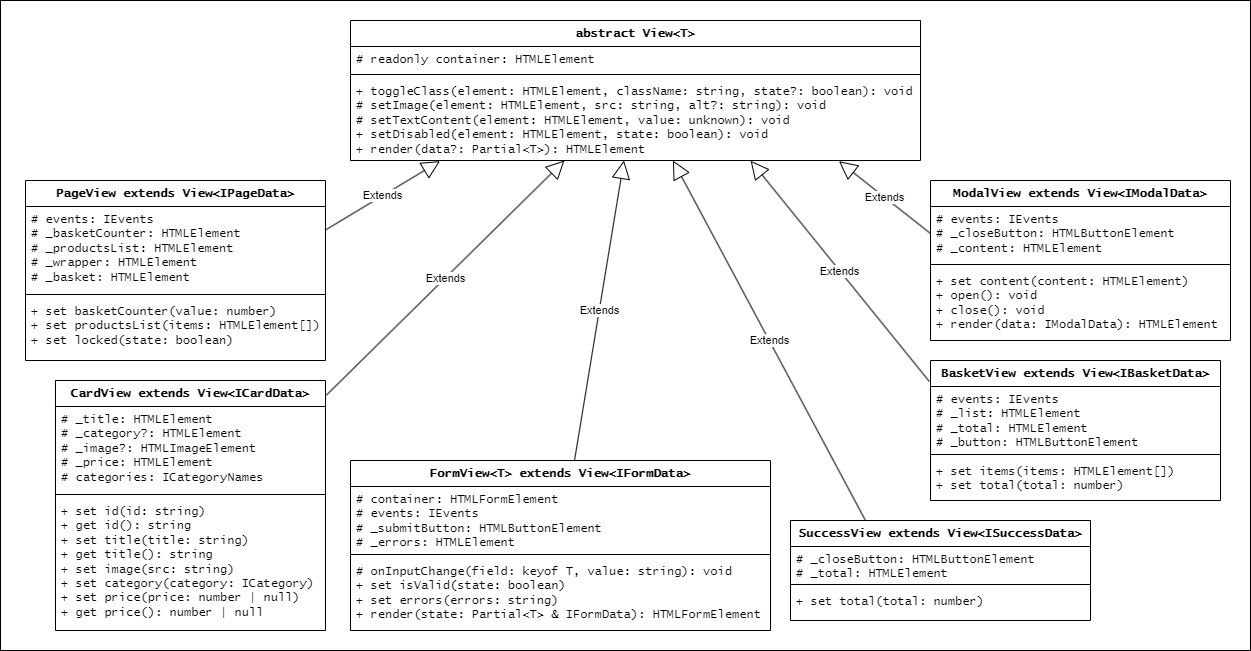
Above: documentation/View/ViewClasses.png in anna-kobis/web-larek (draw.io), before the change. Source tidied: cells renumbered, new cells last; positions are measured from the earlier drawing's top-left corner, leaving out a move shared by most shapes.
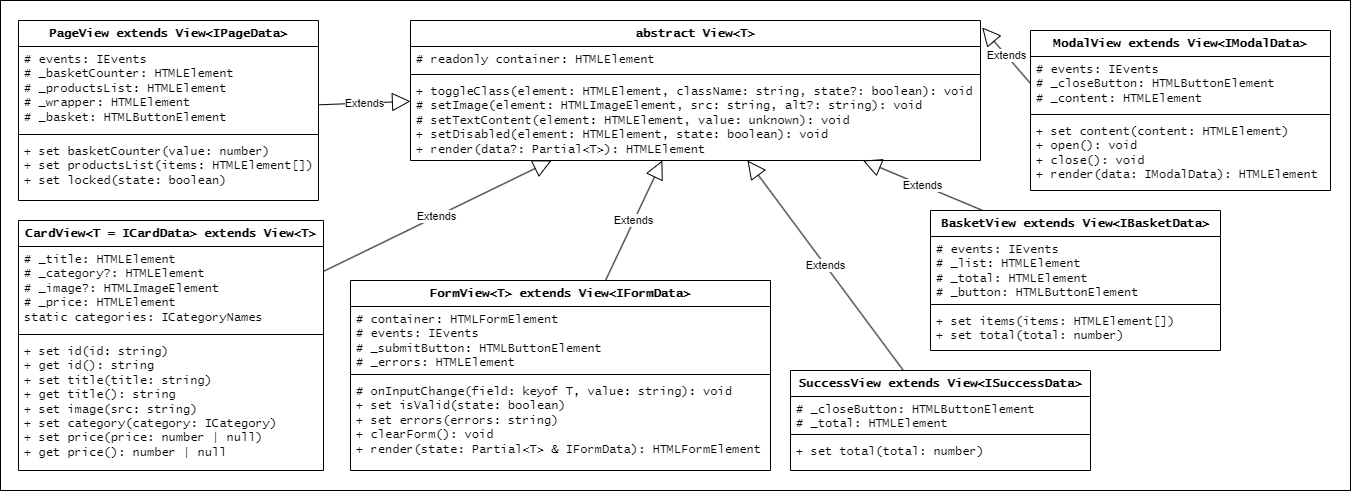
After the change.

Change to the diagram source:
```diff
@@ -3,7 +3,7 @@
     <mxCell id="0" />
     <mxCell id="1" parent="0" />
     <mxCell id="2" style="rounded=0;whiteSpace=wrap;html=1;" parent="1" vertex="1">
-      <mxGeometry width="1250" height="650" as="geometry" />
+      <mxGeometry x="-60" width="1350" height="490" as="geometry" />
     </mxCell>
     <mxCell id="3" value="abstract&amp;nbsp;View&amp;lt;T&amp;gt;" style="swimlane;fontStyle=1;align=center;verticalAlign=top;horizontal=1;startSize=26;whiteSpace=wrap;html=1;fontFamily=Lucida Console;" parent="1" vertex="1">
       <mxGeometry x="350" y="20" width="570" height="140" as="geometry" />
@@ -14,11 +14,11 @@
     <mxCell id="5" style="line;strokeWidth=1;fillColor=none;align=left;verticalAlign=middle;spacingTop=-1;spacingLeft=3;spacingRight=3;labelPosition=right;strokeColor=inherit;fontFamily=Lucida Console;" parent="3" vertex="1">
       <mxGeometry y="50" width="570" height="8" as="geometry" />
     </mxCell>
-    <mxCell id="6" value="&lt;div&gt;+ toggleClass(element: HTMLElement, className: string, state?: boolean): void&lt;/div&gt;&lt;div&gt;&lt;span style=&quot;white-space: normal;&quot;&gt;# setImage(element: HTMLElement, src: string, alt?: string): void&lt;/span&gt;&lt;/div&gt;&lt;div&gt;&lt;span style=&quot;white-space: normal;&quot;&gt;# setTextContent(element: HTMLElement, value: unknown): void&lt;/span&gt;&lt;/div&gt;&lt;div&gt;&lt;span style=&quot;white-space: normal;&quot;&gt;+ setDisabled(element: HTMLElement, state: boolean): void&lt;/span&gt;&lt;/div&gt;&lt;div&gt;&lt;span style=&quot;white-space: normal;&quot;&gt;+ render(data?: Partial&amp;lt;T&amp;gt;): HTMLElement&lt;/span&gt;&lt;/div&gt;" style="text;strokeColor=none;fillColor=none;align=left;verticalAlign=top;spacingLeft=4;spacingRight=4;overflow=hidden;points=[[0,0.5],[1,0.5]];portConstraint=eastwest;whiteSpace=wrap;html=1;fontFamily=Lucida Console;fontStyle=0;" parent="3" vertex="1">
+    <mxCell id="6" value="&lt;div&gt;+ toggleClass(element: HTMLElement, className: string, state?: boolean): void&lt;/div&gt;&lt;div&gt;# setImage(element: HTMLImageElement, src: string, alt?: string): void&lt;/div&gt;&lt;div&gt;&lt;span style=&quot;white-space: normal;&quot;&gt;# setTextContent(element: HTMLElement, value: unknown): void&lt;/span&gt;&lt;/div&gt;&lt;div&gt;&lt;span style=&quot;white-space: normal;&quot;&gt;+ setDisabled(element: HTMLElement, state: boolean): void&lt;/span&gt;&lt;/div&gt;&lt;div&gt;&lt;span style=&quot;white-space: normal;&quot;&gt;+ render(data?: Partial&amp;lt;T&amp;gt;): HTMLElement&lt;/span&gt;&lt;/div&gt;" style="text;strokeColor=none;fillColor=none;align=left;verticalAlign=top;spacingLeft=4;spacingRight=4;overflow=hidden;points=[[0,0.5],[1,0.5]];portConstraint=eastwest;whiteSpace=wrap;html=1;fontFamily=Lucida Console;fontStyle=0;" parent="3" vertex="1">
       <mxGeometry y="58" width="570" height="82" as="geometry" />
     </mxCell>
     <mxCell id="7" value="BasketView extends View&amp;lt;IBasketData&amp;gt;" style="swimlane;fontStyle=1;align=center;verticalAlign=top;horizontal=1;startSize=26;whiteSpace=wrap;html=1;fontFamily=Lucida Console;" parent="1" vertex="1">
-      <mxGeometry x="930" y="360" width="290" height="140" as="geometry" />
+      <mxGeometry x="870" y="210" width="290" height="140" as="geometry" />
     </mxCell>
     <mxCell id="8" value="&lt;div&gt;# events: IEvents&lt;br&gt;&lt;/div&gt;&lt;div&gt;# _list: HTMLElement&lt;/div&gt;&lt;div&gt;&lt;span style=&quot;white-space: normal;&quot;&gt;# _total: HTMLElement&lt;/span&gt;&lt;/div&gt;&lt;div&gt;&lt;span style=&quot;white-space: normal;&quot;&gt;# _button: HTMLButtonElement&lt;/span&gt;&lt;/div&gt;" style="text;strokeColor=none;fillColor=none;align=left;verticalAlign=top;spacingLeft=4;spacingRight=4;overflow=hidden;whiteSpace=wrap;html=1;fontFamily=Lucida Console;" parent="7" vertex="1">
       <mxGeometry y="26" width="290" height="64" as="geometry" />
@@ -29,26 +29,26 @@
     <mxCell id="10" value="&lt;div&gt;+ set items(items: HTMLElement[])&lt;/div&gt;&lt;div&gt;&lt;span style=&quot;white-space: normal;&quot;&gt;+ set total(total: number)&lt;/span&gt;&lt;/div&gt;" style="text;strokeColor=none;fillColor=none;align=left;verticalAlign=top;spacingLeft=4;spacingRight=4;overflow=hidden;whiteSpace=wrap;html=1;fontFamily=Lucida Console;fontStyle=0;" parent="7" vertex="1">
       <mxGeometry y="98" width="290" height="42" as="geometry" />
     </mxCell>
-    <mxCell id="11" value="Extends" style="endArrow=block;endSize=16;endFill=0;html=1;rounded=0;exitX=-0.004;exitY=0.15;exitDx=0;exitDy=0;exitPerimeter=0;entryX=0.702;entryY=1.003;entryDx=0;entryDy=0;entryPerimeter=0;" parent="1" edge="1" source="7" target="6">
+    <mxCell id="11" value="Extends" style="endArrow=block;endSize=16;endFill=0;html=1;rounded=0;exitX=0.179;exitY=-0.001;exitDx=0;exitDy=0;exitPerimeter=0;" parent="1" edge="1" source="7" target="3">
       <mxGeometry relative="1" as="geometry" />
     </mxCell>
-    <mxCell id="12" value="CardView extends View&amp;lt;ICardData&amp;gt;" style="swimlane;fontStyle=1;align=center;verticalAlign=top;horizontal=1;startSize=26;whiteSpace=wrap;html=1;fontFamily=Lucida Console;" parent="1" vertex="1">
-      <mxGeometry x="55" y="380" width="270" height="250" as="geometry" />
+    <mxCell id="12" value="CardView&amp;lt;T = ICardData&amp;gt; extends View&amp;lt;T&amp;gt;" style="swimlane;fontStyle=1;align=center;verticalAlign=top;horizontal=1;startSize=26;whiteSpace=wrap;html=1;fontFamily=Lucida Console;" parent="1" vertex="1">
+      <mxGeometry x="-42" y="220" width="305" height="250" as="geometry" />
     </mxCell>
-    <mxCell id="13" value="&lt;div&gt;&lt;span style=&quot;background-color: initial;&quot;&gt;# _title: HTMLElement&lt;/span&gt;&lt;br&gt;&lt;/div&gt;&lt;div&gt;&lt;span style=&quot;white-space: normal;&quot;&gt;# _category?: HTMLElement&lt;/span&gt;&lt;/div&gt;&lt;div&gt;&lt;span style=&quot;white-space: normal;&quot;&gt;# _image?: HTMLImageElement&lt;/span&gt;&lt;/div&gt;&lt;div&gt;&lt;span style=&quot;white-space: normal;&quot;&gt;# _price: HTMLElement&lt;/span&gt;&lt;/div&gt;&lt;div&gt;# categories: ICategoryNames&lt;span style=&quot;white-space: normal;&quot;&gt;&lt;br&gt;&lt;/span&gt;&lt;/div&gt;" style="text;strokeColor=none;fillColor=none;align=left;verticalAlign=top;spacingLeft=4;spacingRight=4;overflow=hidden;whiteSpace=wrap;html=1;fontFamily=Lucida Console;" parent="12" vertex="1">
-      <mxGeometry y="26" width="270" height="84" as="geometry" />
+    <mxCell id="13" value="&lt;div&gt;&lt;span style=&quot;background-color: initial;&quot;&gt;# _title: HTMLElement&lt;/span&gt;&lt;br&gt;&lt;/div&gt;&lt;div&gt;&lt;span style=&quot;white-space: normal;&quot;&gt;# _category?: HTMLElement&lt;/span&gt;&lt;/div&gt;&lt;div&gt;&lt;span style=&quot;white-space: normal;&quot;&gt;# _image?: HTMLImageElement&lt;/span&gt;&lt;/div&gt;&lt;div&gt;&lt;span style=&quot;white-space: normal;&quot;&gt;# _price: HTMLElement&lt;/span&gt;&lt;/div&gt;&lt;div&gt;static categories: ICategoryNames&lt;span style=&quot;white-space: normal;&quot;&gt;&lt;br&gt;&lt;/span&gt;&lt;/div&gt;" style="text;strokeColor=none;fillColor=none;align=left;verticalAlign=top;spacingLeft=4;spacingRight=4;overflow=hidden;whiteSpace=wrap;html=1;fontFamily=Lucida Console;" parent="12" vertex="1">
+      <mxGeometry y="26" width="305" height="84" as="geometry" />
     </mxCell>
     <mxCell id="14" style="line;strokeWidth=1;fillColor=none;align=left;verticalAlign=middle;spacingTop=-1;spacingLeft=3;spacingRight=3;labelPosition=right;strokeColor=inherit;fontFamily=Lucida Console;" parent="12" vertex="1">
-      <mxGeometry y="110" width="270" height="8" as="geometry" />
+      <mxGeometry y="110" width="305" height="8" as="geometry" />
     </mxCell>
     <mxCell id="15" value="&lt;div&gt;+ set id(id: string)&lt;/div&gt;&lt;div&gt;&lt;span style=&quot;white-space: normal;&quot;&gt;+ get id(): string&lt;/span&gt;&lt;/div&gt;&lt;div&gt;&lt;span style=&quot;white-space: normal;&quot;&gt;+ set title(title: string)&lt;/span&gt;&lt;/div&gt;&lt;div&gt;&lt;span style=&quot;white-space: normal;&quot;&gt;+ get title(): string&lt;/span&gt;&lt;/div&gt;&lt;div&gt;&lt;span style=&quot;white-space: normal;&quot;&gt;+ set image(src: string)&lt;/span&gt;&lt;/div&gt;&lt;div&gt;&lt;span style=&quot;white-space: normal;&quot;&gt;+ set category(category: ICategory)&lt;/span&gt;&lt;/div&gt;&lt;div&gt;&lt;span style=&quot;white-space: normal;&quot;&gt;+ set price(price: number | null)&lt;/span&gt;&lt;/div&gt;&lt;div&gt;&lt;span style=&quot;white-space: normal;&quot;&gt;+ get price(): number | null&lt;/span&gt;&lt;/div&gt;" style="text;strokeColor=none;fillColor=none;align=left;verticalAlign=top;spacingLeft=4;spacingRight=4;overflow=hidden;whiteSpace=wrap;html=1;fontFamily=Lucida Console;fontStyle=0;" parent="12" vertex="1">
-      <mxGeometry y="118" width="270" height="132" as="geometry" />
+      <mxGeometry y="118" width="305" height="132" as="geometry" />
     </mxCell>
-    <mxCell id="16" value="Extends" style="endArrow=block;endSize=16;endFill=0;html=1;rounded=0;exitX=1.003;exitY=0.059;exitDx=0;exitDy=0;exitPerimeter=0;" parent="1" edge="1" source="12" target="3">
+    <mxCell id="16" value="Extends" style="endArrow=block;endSize=16;endFill=0;html=1;rounded=0;" parent="1" edge="1" source="12" target="3">
       <mxGeometry relative="1" as="geometry" />
     </mxCell>
     <mxCell id="17" value="FormView&amp;lt;T&amp;gt; extends View&amp;lt;IFormData&amp;gt;" style="swimlane;fontStyle=1;align=center;verticalAlign=top;horizontal=1;startSize=26;whiteSpace=wrap;html=1;fontFamily=Lucida Console;" parent="1" vertex="1">
-      <mxGeometry x="350" y="460" width="420" height="170" as="geometry" />
+      <mxGeometry x="290" y="280" width="420" height="190" as="geometry" />
     </mxCell>
     <mxCell id="18" value="&lt;div&gt;&lt;div&gt;# container: HTMLFormElement&lt;/div&gt;&lt;div&gt;# events: IEvents&lt;/div&gt;&lt;div&gt;&lt;span style=&quot;white-space: normal;&quot;&gt;# _submitButton: HTMLButtonElement&lt;/span&gt;&lt;/div&gt;&lt;div&gt;&lt;span style=&quot;white-space: normal;&quot;&gt;# _errors: HTMLElement&lt;/span&gt;&lt;/div&gt;&lt;/div&gt;" style="text;strokeColor=none;fillColor=none;align=left;verticalAlign=top;spacingLeft=4;spacingRight=4;overflow=hidden;whiteSpace=wrap;html=1;fontFamily=Lucida Console;" parent="17" vertex="1">
       <mxGeometry y="26" width="420" height="64" as="geometry" />
@@ -56,14 +56,14 @@
     <mxCell id="19" style="line;strokeWidth=1;fillColor=none;align=left;verticalAlign=middle;spacingTop=-1;spacingLeft=3;spacingRight=3;labelPosition=right;strokeColor=inherit;fontFamily=Lucida Console;" parent="17" vertex="1">
       <mxGeometry y="90" width="420" height="8" as="geometry" />
     </mxCell>
-    <mxCell id="20" value="&lt;div&gt;# onInputChange(field: keyof T, value: string): void&lt;/div&gt;&lt;div&gt;&lt;span style=&quot;white-space: normal;&quot;&gt;+ set isValid(state: boolean)&lt;/span&gt;&lt;/div&gt;&lt;div&gt;&lt;span style=&quot;white-space: normal;&quot;&gt;+ set errors(errors: string)&lt;/span&gt;&lt;/div&gt;&lt;div&gt;&lt;span style=&quot;white-space: normal;&quot;&gt;+ render(state: Partial&amp;lt;T&amp;gt; &amp;amp; IFormData): HTMLFormElement&lt;/span&gt;&lt;/div&gt;" style="text;strokeColor=none;fillColor=none;align=left;verticalAlign=top;spacingLeft=4;spacingRight=4;overflow=hidden;whiteSpace=wrap;html=1;fontFamily=Lucida Console;fontStyle=0;" parent="17" vertex="1">
-      <mxGeometry y="98" width="420" height="72" as="geometry" />
+    <mxCell id="20" value="&lt;div&gt;# onInputChange(field: keyof T, value: string): void&lt;/div&gt;&lt;div&gt;&lt;span style=&quot;white-space: normal;&quot;&gt;+ set isValid(state: boolean)&lt;/span&gt;&lt;/div&gt;&lt;div&gt;&lt;span style=&quot;white-space: normal;&quot;&gt;+ set errors(errors: string)&lt;/span&gt;&lt;/div&gt;&lt;div&gt;&lt;span style=&quot;white-space: normal;&quot;&gt;+&amp;nbsp;&lt;/span&gt;&lt;span style=&quot;background-color: initial;&quot;&gt;clearForm(): void&lt;/span&gt;&lt;/div&gt;&lt;div&gt;&lt;span style=&quot;white-space: normal;&quot;&gt;+ render(state: Partial&amp;lt;T&amp;gt; &amp;amp; IFormData): HTMLFormElement&lt;/span&gt;&lt;/div&gt;" style="text;strokeColor=none;fillColor=none;align=left;verticalAlign=top;spacingLeft=4;spacingRight=4;overflow=hidden;whiteSpace=wrap;html=1;fontFamily=Lucida Console;fontStyle=0;" parent="17" vertex="1">
+      <mxGeometry y="98" width="420" height="92" as="geometry" />
     </mxCell>
     <mxCell id="21" value="Extends" style="endArrow=block;endSize=16;endFill=0;html=1;rounded=0;" parent="1" edge="1" source="17" target="3">
       <mxGeometry relative="1" as="geometry" />
     </mxCell>
     <mxCell id="22" value="ModalView extends View&amp;lt;IModalData&amp;gt;" style="swimlane;fontStyle=1;align=center;verticalAlign=top;horizontal=1;startSize=26;whiteSpace=wrap;html=1;fontFamily=Lucida Console;" parent="1" vertex="1">
-      <mxGeometry x="930" y="180" width="300" height="160" as="geometry" />
+      <mxGeometry x="970" y="30" width="300" height="160" as="geometry" />
     </mxCell>
     <mxCell id="23" value="&lt;div&gt;&lt;div&gt;# events: IEvents&lt;br&gt;&lt;/div&gt;&lt;div&gt;# _closeButton: HTMLButtonElement&lt;/div&gt;&lt;div&gt;&lt;span style=&quot;white-space: normal;&quot;&gt;# _content: HTMLElement&lt;/span&gt;&lt;/div&gt;&lt;/div&gt;" style="text;strokeColor=none;fillColor=none;align=left;verticalAlign=top;spacingLeft=4;spacingRight=4;overflow=hidden;points=[[0,0.5],[1,0.5]];portConstraint=eastwest;whiteSpace=wrap;html=1;fontFamily=Lucida Console;" parent="22" vertex="1">
       <mxGeometry y="26" width="300" height="54" as="geometry" />
@@ -74,11 +74,11 @@
     <mxCell id="25" value="&lt;div&gt;+ set content(content: HTMLElement)&lt;/div&gt;&lt;div&gt;&lt;span style=&quot;white-space: normal;&quot;&gt;+ open(): void&lt;/span&gt;&lt;/div&gt;&lt;div&gt;&lt;span style=&quot;white-space: normal;&quot;&gt;+ close(): void&lt;/span&gt;&lt;/div&gt;&lt;div&gt;&lt;span style=&quot;white-space: normal;&quot;&gt;+ render(data: IModalData): HTMLElement&lt;/span&gt;&lt;/div&gt;" style="text;strokeColor=none;fillColor=none;align=left;verticalAlign=top;spacingLeft=4;spacingRight=4;overflow=hidden;whiteSpace=wrap;html=1;fontFamily=Lucida Console;fontStyle=0;" parent="22" vertex="1">
       <mxGeometry y="88" width="300" height="72" as="geometry" />
     </mxCell>
-    <mxCell id="26" value="Extends" style="endArrow=block;endSize=16;endFill=0;html=1;rounded=0;exitX=0;exitY=0.5;exitDx=0;exitDy=0;entryX=0.857;entryY=1.009;entryDx=0;entryDy=0;entryPerimeter=0;" parent="1" edge="1" source="23" target="6">
+    <mxCell id="26" value="Extends" style="endArrow=block;endSize=16;endFill=0;html=1;rounded=0;entryX=1.003;entryY=0.05;entryDx=0;entryDy=0;exitX=0;exitY=0.5;exitDx=0;exitDy=0;entryPerimeter=0;" parent="1" edge="1" source="23" target="3">
       <mxGeometry relative="1" as="geometry" />
     </mxCell>
     <mxCell id="27" value="SuccessView extends View&amp;lt;ISuccessData&amp;gt;" style="swimlane;fontStyle=1;align=center;verticalAlign=top;horizontal=1;startSize=26;whiteSpace=wrap;html=1;fontFamily=Lucida Console;" parent="1" vertex="1">
-      <mxGeometry x="790" y="520" width="300" height="100" as="geometry" />
+      <mxGeometry x="730" y="370" width="300" height="100" as="geometry" />
     </mxCell>
     <mxCell id="28" value="&lt;div&gt;# _closeButton: HTMLButtonElement&lt;/div&gt;&lt;div&gt;&lt;span style=&quot;white-space: normal;&quot;&gt;# _total: HTMLElement&lt;/span&gt;&lt;/div&gt;" style="text;strokeColor=none;fillColor=none;align=left;verticalAlign=top;spacingLeft=4;spacingRight=4;overflow=hidden;whiteSpace=wrap;html=1;fontFamily=Lucida Console;" parent="27" vertex="1">
       <mxGeometry y="26" width="300" height="34" as="geometry" />
@@ -89,13 +89,13 @@
     <mxCell id="30" value="+ set total(total: number)" style="text;strokeColor=none;fillColor=none;align=left;verticalAlign=top;spacingLeft=4;spacingRight=4;overflow=hidden;whiteSpace=wrap;html=1;fontFamily=Lucida Console;fontStyle=0;" parent="27" vertex="1">
       <mxGeometry y="68" width="300" height="32" as="geometry" />
     </mxCell>
-    <mxCell id="31" value="Extends" style="endArrow=block;endSize=16;endFill=0;html=1;rounded=0;exitX=0.25;exitY=0;exitDx=0;exitDy=0;" parent="1" edge="1" source="27" target="3">
+    <mxCell id="31" value="Extends" style="endArrow=block;endSize=16;endFill=0;html=1;rounded=0;" parent="1" edge="1" source="27" target="3">
       <mxGeometry relative="1" as="geometry" />
     </mxCell>
     <mxCell id="32" value="PageView extends View&amp;lt;IPageData&amp;gt;" style="swimlane;fontStyle=1;align=center;verticalAlign=top;horizontal=1;startSize=26;whiteSpace=wrap;html=1;fontFamily=Lucida Console;" parent="1" vertex="1">
-      <mxGeometry x="25" y="180" width="300" height="180" as="geometry" />
+      <mxGeometry x="-42" y="20" width="300" height="180" as="geometry" />
     </mxCell>
-    <mxCell id="33" value="&lt;div&gt;# events: IEvents&lt;br&gt;&lt;/div&gt;&lt;div&gt;# _basketCounter: HTMLElement&lt;/div&gt;&lt;div&gt;&lt;span style=&quot;white-space: normal;&quot;&gt;# _productsList: HTMLElement&lt;/span&gt;&lt;/div&gt;&lt;div&gt;&lt;span style=&quot;white-space: normal;&quot;&gt;# _wrapper: HTMLElement&lt;/span&gt;&lt;/div&gt;&lt;div&gt;&lt;span style=&quot;white-space: normal;&quot;&gt;# _basket: HTMLElement&lt;/span&gt;&lt;/div&gt;" style="text;strokeColor=none;fillColor=none;align=left;verticalAlign=top;spacingLeft=4;spacingRight=4;overflow=hidden;points=[[0,0.5],[1,0.5]];portConstraint=eastwest;whiteSpace=wrap;html=1;fontFamily=Lucida Console;" parent="32" vertex="1">
+    <mxCell id="33" value="&lt;div&gt;# events: IEvents&lt;br&gt;&lt;/div&gt;&lt;div&gt;# _basketCounter: HTMLElement&lt;/div&gt;&lt;div&gt;&lt;span style=&quot;white-space: normal;&quot;&gt;# _productsList: HTMLElement&lt;/span&gt;&lt;/div&gt;&lt;div&gt;&lt;span style=&quot;white-space: normal;&quot;&gt;# _wrapper: HTMLElement&lt;/span&gt;&lt;/div&gt;&lt;div&gt;&lt;span style=&quot;white-space: normal;&quot;&gt;# _basket:&amp;nbsp;&lt;/span&gt;&lt;span style=&quot;background-color: initial;&quot;&gt;HTMLButtonElement&lt;/span&gt;&lt;/div&gt;" style="text;strokeColor=none;fillColor=none;align=left;verticalAlign=top;spacingLeft=4;spacingRight=4;overflow=hidden;points=[[0,0.5],[1,0.5]];portConstraint=eastwest;whiteSpace=wrap;html=1;fontFamily=Lucida Console;" parent="32" vertex="1">
       <mxGeometry y="26" width="300" height="84" as="geometry" />
     </mxCell>
     <mxCell id="34" style="line;strokeWidth=1;fillColor=none;align=left;verticalAlign=middle;spacingTop=-1;spacingLeft=3;spacingRight=3;labelPosition=right;strokeColor=inherit;fontFamily=Lucida Console;" parent="32" vertex="1">
@@ -107,7 +107,7 @@
     <mxCell id="36" style="edgeStyle=orthogonalEdgeStyle;rounded=0;orthogonalLoop=1;jettySize=auto;html=1;exitX=1;exitY=0.5;exitDx=0;exitDy=0;" parent="32" edge="1" source="35" target="35">
       <mxGeometry relative="1" as="geometry" />
     </mxCell>
-    <mxCell id="37" value="Extends" style="endArrow=block;endSize=16;endFill=0;html=1;rounded=0;exitX=0.999;exitY=0.282;exitDx=0;exitDy=0;exitPerimeter=0;entryX=0.157;entryY=1.008;entryDx=0;entryDy=0;entryPerimeter=0;" parent="1" edge="1" source="33" target="6">
+    <mxCell id="37" value="Extends" style="endArrow=block;endSize=16;endFill=0;html=1;rounded=0;" parent="1" edge="1" source="32" target="3">
       <mxGeometry relative="1" as="geometry" />
     </mxCell>
   </root>
```
